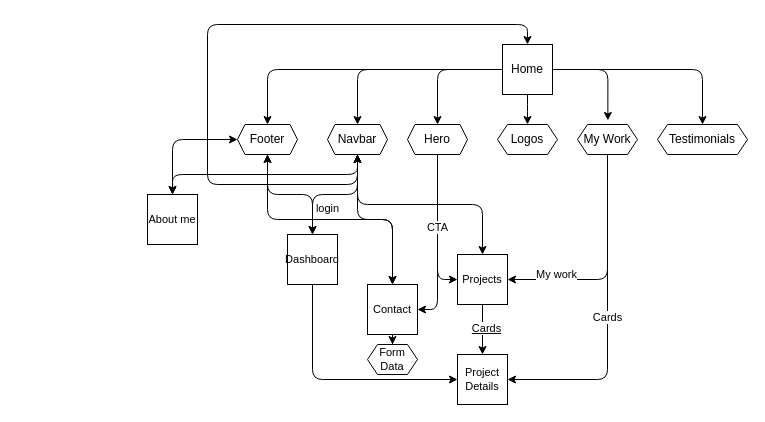
Above: link_flow.drawio in jeermuce-portfolio/docs_portfolio (draw.io), before the change. Source tidied: cells renumbered, new cells numbered last; positions are measured from the earlier drawing's top-left corner, leaving out a move shared by most shapes. Both pictures are drawn from the tidied source at 100%, with x=0, y=0 at pixel (147, 24).
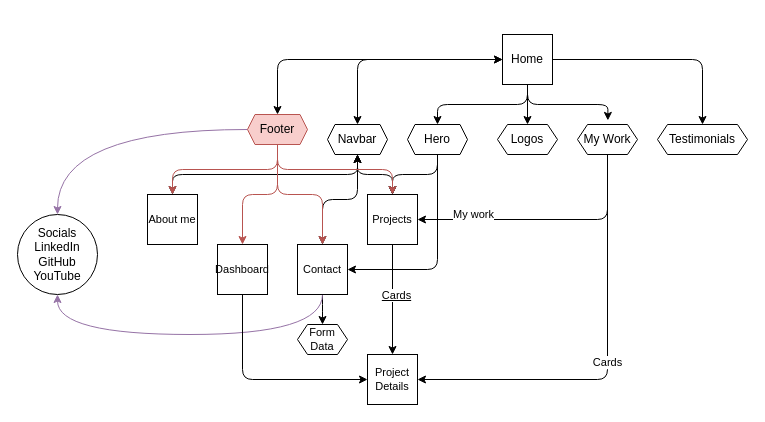
Above is the later version.

Commit message (it also covers changes not shown here):
modified the link_flow for more detail

Unchanged cells that the change refers to:
```xml
<mxCell id="10" value="Hero" style="shape=hexagon;perimeter=hexagonPerimeter2;whiteSpace=wrap;html=1;fixedSize=1;size=7.5;" parent="1" vertex="1">
  <mxGeometry x="260" y="100" width="60" height="30" as="geometry" />
</mxCell>
<mxCell id="14" value="My Work" style="shape=hexagon;perimeter=hexagonPerimeter2;whiteSpace=wrap;html=1;fixedSize=1;size=10;" parent="1" vertex="1">
  <mxGeometry x="430" y="100" width="60" height="30" as="geometry" />
</mxCell>
<mxCell id="22" value="Navbar" style="shape=hexagon;perimeter=hexagonPerimeter2;whiteSpace=wrap;html=1;fixedSize=1;size=7.5;" parent="1" vertex="1">
  <mxGeometry x="180" y="100" width="60" height="30" as="geometry" />
</mxCell>
<mxCell id="23" value="About me" style="whiteSpace=wrap;html=1;fontFamily=Helvetica;fontSize=11;fontColor=default;" parent="1" vertex="1">
  <mxGeometry y="170" width="50" height="50" as="geometry" />
</mxCell>
```

Diff of the diagram source:
```diff
@@
-    <mxCell id="4" style="edgeStyle=orthogonalEdgeStyle;shape=connector;rounded=1;jettySize=auto;html=1;entryX=0.5;entryY=0;entryDx=0;entryDy=0;labelBackgroundColor=default;strokeColor=default;align=center;verticalAlign=middle;fontFamily=Helvetica;fontSize=11;fontColor=default;endArrow=classic;" parent="1" edge="1" source="7" target="10">
+    <mxCell id="4" style="edgeStyle=orthogonalEdgeStyle;shape=connector;rounded=1;jettySize=auto;html=1;entryX=0.5;entryY=0;entryDx=0;entryDy=0;labelBackgroundColor=default;strokeColor=default;align=center;verticalAlign=middle;fontFamily=Helvetica;fontSize=11;fontColor=default;endArrow=classic;exitX=0.5;exitY=1;exitDx=0;exitDy=0;" parent="1" edge="1" source="7" target="10">
       <mxGeometry relative="1" as="geometry" />
     </mxCell>
-    <mxCell id="5" style="edgeStyle=orthogonalEdgeStyle;shape=connector;rounded=1;jettySize=auto;html=1;entryX=0.5;entryY=0;entryDx=0;entryDy=0;labelBackgroundColor=default;strokeColor=default;align=center;verticalAlign=middle;fontFamily=Helvetica;fontSize=11;fontColor=default;endArrow=classic;" parent="1" edge="1" source="7" target="22">
+    <mxCell id="5" style="edgeStyle=orthogonalEdgeStyle;shape=connector;rounded=1;jettySize=auto;html=1;entryX=0.5;entryY=0;entryDx=0;entryDy=0;labelBackgroundColor=default;strokeColor=default;align=center;verticalAlign=middle;fontFamily=Helvetica;fontSize=11;fontColor=default;endArrow=classic;startArrow=classic;startFill=1;" parent="1" edge="1" source="7" target="22">
       <mxGeometry relative="1" as="geometry" />
     </mxCell>
-    <mxCell id="6" style="edgeStyle=orthogonalEdgeStyle;shape=connector;rounded=1;jettySize=auto;html=1;entryX=0.5;entryY=0;entryDx=0;entryDy=0;labelBackgroundColor=default;strokeColor=default;align=center;verticalAlign=middle;fontFamily=Helvetica;fontSize=11;fontColor=default;endArrow=classic;" parent="1" edge="1" source="7" target="35">
+    <mxCell id="6" style="edgeStyle=orthogonalEdgeStyle;shape=connector;rounded=1;jettySize=auto;html=1;entryX=0.5;entryY=0;entryDx=0;entryDy=0;labelBackgroundColor=default;strokeColor=default;align=center;verticalAlign=middle;fontFamily=Helvetica;fontSize=11;fontColor=default;endArrow=classic;startArrow=classic;startFill=1;" parent="1" edge="1" source="7" target="35">
       <mxGeometry relative="1" as="geometry" />
     </mxCell>
     <mxCell id="7" value="Home" style="whiteSpace=wrap;html=1;" parent="1" vertex="1">
-      <mxGeometry x="355" y="20" width="50" height="50" as="geometry" />
+      <mxGeometry x="355" y="10" width="50" height="50" as="geometry" />
     </mxCell>
@@
-    <mxCell id="9" value="CTA" style="edgeStyle=orthogonalEdgeStyle;shape=connector;rounded=1;jettySize=auto;html=1;entryX=0;entryY=0.5;entryDx=0;entryDy=0;labelBackgroundColor=default;strokeColor=default;align=center;verticalAlign=middle;fontFamily=Helvetica;fontSize=11;fontColor=default;endArrow=classic;" parent="1" edge="1" source="10" target="26">
+    <mxCell id="9" style="edgeStyle=orthogonalEdgeStyle;rounded=1;jettySize=auto;html=1;entryX=0.5;entryY=0;entryDx=0;entryDy=0;" parent="1" edge="1" source="10" target="26">
       <mxGeometry relative="1" as="geometry" />
     </mxCell>
@@
-    <mxCell id="16" style="edgeStyle=orthogonalEdgeStyle;rounded=1;jettySize=auto;html=1;entryX=0.506;entryY=-0.136;entryDx=0;entryDy=0;entryPerimeter=0;" parent="1" edge="1" source="7" target="14">
+    <mxCell id="16" style="edgeStyle=orthogonalEdgeStyle;rounded=1;jettySize=auto;html=1;entryX=0.506;entryY=-0.136;entryDx=0;entryDy=0;entryPerimeter=0;exitX=0.5;exitY=1;exitDx=0;exitDy=0;" parent="1" edge="1" source="7" target="14">
       <mxGeometry relative="1" as="geometry" />
     </mxCell>
-    <mxCell id="17" style="edgeStyle=orthogonalEdgeStyle;shape=connector;rounded=1;jettySize=auto;html=1;entryX=0.5;entryY=0;entryDx=0;entryDy=0;labelBackgroundColor=default;strokeColor=default;align=center;verticalAlign=middle;fontFamily=Helvetica;fontSize=11;fontColor=default;endArrow=classic;exitX=0.5;exitY=1;exitDx=0;exitDy=0;" parent="1" edge="1" source="22" target="7">
-      <mxGeometry relative="1" as="geometry">
-        <Array as="points">
-          <mxPoint x="210" y="160" />
-          <mxPoint x="60" y="160" />
-          <mxPoint x="60" />
-        </Array>
-      </mxGeometry>
-    </mxCell>
@@
-    <mxCell id="21" value="login" style="edgeStyle=orthogonalEdgeStyle;shape=connector;rounded=1;jettySize=auto;html=1;labelBackgroundColor=default;strokeColor=default;align=center;verticalAlign=middle;fontFamily=Helvetica;fontSize=11;fontColor=default;endArrow=classic;startArrow=classic;startFill=1;" parent="1" edge="1" source="22" target="30">
-      <mxGeometry x="0.59" y="15" relative="1" as="geometry" />
-    </mxCell>
@@
     <mxCell id="26" value="Projects" style="whiteSpace=wrap;html=1;fontFamily=Helvetica;fontSize=11;fontColor=default;" parent="1" vertex="1">
-      <mxGeometry x="310" y="230" width="50" height="50" as="geometry" />
+      <mxGeometry x="220" y="170" width="50" height="50" as="geometry" />
     </mxCell>
@@
+    <mxCell id="37" style="edgeStyle=orthogonalEdgeStyle;jettySize=auto;html=1;entryX=0.5;entryY=1;entryDx=0;entryDy=0;exitX=0.5;exitY=1;exitDx=0;exitDy=0;fillColor=#e1d5e7;strokeColor=#9673a6;curved=1;" parent="1" edge="1" source="28" target="40">
+      <mxGeometry relative="1" as="geometry">
+        <Array as="points">
+          <mxPoint x="175" y="310" />
+          <mxPoint x="-90" y="310" />
+        </Array>
+      </mxGeometry>
+    </mxCell>
     <mxCell id="28" value="Contact" style="whiteSpace=wrap;html=1;fontFamily=Helvetica;fontSize=11;fontColor=default;" parent="1" vertex="1">
-      <mxGeometry x="220" y="260" width="50" height="50" as="geometry" />
+      <mxGeometry x="150" y="220" width="50" height="50" as="geometry" />
     </mxCell>
@@
     <mxCell id="30" value="Dashboard" style="whiteSpace=wrap;html=1;fontFamily=Helvetica;fontSize=11;fontColor=default;" parent="1" vertex="1">
-      <mxGeometry x="140" y="210" width="50" height="50" as="geometry" />
+      <mxGeometry x="70" y="220" width="50" height="50" as="geometry" />
     </mxCell>
     <mxCell id="31" value="Project Details" style="whiteSpace=wrap;html=1;fontFamily=Helvetica;fontSize=11;fontColor=default;" parent="1" vertex="1">
-      <mxGeometry x="310" y="330" width="50" height="50" as="geometry" />
+      <mxGeometry x="220" y="330" width="50" height="50" as="geometry" />
     </mxCell>
-    <mxCell id="32" style="edgeStyle=orthogonalEdgeStyle;shape=connector;rounded=1;jettySize=auto;html=1;labelBackgroundColor=default;strokeColor=default;align=center;verticalAlign=middle;fontFamily=Helvetica;fontSize=11;fontColor=default;endArrow=classic;startArrow=classic;startFill=1;" parent="1" edge="1" source="35" target="23">
+    <mxCell id="32" style="edgeStyle=orthogonalEdgeStyle;rounded=1;jettySize=auto;html=1;entryX=0.5;entryY=0;entryDx=0;entryDy=0;exitX=0.5;exitY=1;exitDx=0;exitDy=0;fillColor=#f8cecc;strokeColor=#b85450;" parent="1" edge="1" source="35" target="23">
       <mxGeometry relative="1" as="geometry" />
     </mxCell>
-    <mxCell id="33" style="edgeStyle=orthogonalEdgeStyle;shape=connector;rounded=1;jettySize=auto;html=1;entryX=0.5;entryY=0;entryDx=0;entryDy=0;labelBackgroundColor=default;strokeColor=default;align=center;verticalAlign=middle;fontFamily=Helvetica;fontSize=11;fontColor=default;endArrow=classic;startArrow=classic;startFill=1;" parent="1" edge="1" source="35" target="30">
+    <mxCell id="33" style="edgeStyle=orthogonalEdgeStyle;rounded=1;jettySize=auto;html=1;entryX=0.5;entryY=0;entryDx=0;entryDy=0;fillColor=#f8cecc;strokeColor=#b85450;" parent="1" edge="1" source="35" target="30">
       <mxGeometry relative="1" as="geometry" />
     </mxCell>
-    <mxCell id="34" style="edgeStyle=orthogonalEdgeStyle;shape=connector;rounded=1;jettySize=auto;html=1;labelBackgroundColor=default;strokeColor=default;align=center;verticalAlign=middle;fontFamily=Helvetica;fontSize=11;fontColor=default;endArrow=classic;exitX=0.5;exitY=1;exitDx=0;exitDy=0;startArrow=classic;startFill=1;" parent="1" edge="1" source="35" target="28">
+    <mxCell id="34" style="edgeStyle=orthogonalEdgeStyle;rounded=1;jettySize=auto;html=1;entryX=0.5;entryY=0;entryDx=0;entryDy=0;fillColor=#f8cecc;strokeColor=#b85450;" parent="1" edge="1" source="35" target="28">
       <mxGeometry relative="1" as="geometry" />
     </mxCell>
+    <mxCell id="38" style="edgeStyle=orthogonalEdgeStyle;rounded=1;jettySize=auto;html=1;entryX=0.5;entryY=0;entryDx=0;entryDy=0;exitX=0.5;exitY=1;exitDx=0;exitDy=0;fillColor=#f8cecc;strokeColor=#b85450;" parent="1" edge="1" source="35" target="26">
+      <mxGeometry relative="1" as="geometry" />
+    </mxCell>
+    <mxCell id="39" style="edgeStyle=orthogonalEdgeStyle;jettySize=auto;html=1;curved=1;fillColor=#e1d5e7;strokeColor=#9673a6;" parent="1" edge="1" source="35" target="40">
+      <mxGeometry relative="1" as="geometry" />
+    </mxCell>
-    <mxCell id="35" value="Footer" style="shape=hexagon;perimeter=hexagonPerimeter2;whiteSpace=wrap;html=1;fixedSize=1;size=7.5;" parent="1" vertex="1">
-      <mxGeometry x="90" y="100" width="60" height="30" as="geometry" />
+    <mxCell id="35" value="Footer" style="shape=hexagon;perimeter=hexagonPerimeter2;whiteSpace=wrap;html=1;fixedSize=1;size=7.5;fillColor=#f8cecc;strokeColor=#b85450;" parent="1" vertex="1">
+      <mxGeometry x="100" y="90" width="60" height="30" as="geometry" />
     </mxCell>
     <mxCell id="36" value="&lt;div&gt;Form&lt;/div&gt;&lt;div&gt;Data&lt;br&gt; &lt;/div&gt;" style="shape=hexagon;perimeter=hexagonPerimeter2;whiteSpace=wrap;html=1;fixedSize=1;fontFamily=Helvetica;fontSize=11;fontColor=default;size=10;" parent="1" vertex="1">
-      <mxGeometry x="220" y="320" width="50" height="30" as="geometry" />
+      <mxGeometry x="150" y="300" width="50" height="30" as="geometry" />
     </mxCell>
+    <mxCell id="40" value="&lt;div&gt;Socials&lt;/div&gt;&lt;div&gt;LinkedIn&lt;/div&gt;&lt;div&gt;GitHub&lt;/div&gt;&lt;div&gt;YouTube&lt;br&gt;&lt;/div&gt;" style="ellipse;whiteSpace=wrap;html=1;" parent="1" vertex="1">
+      <mxGeometry x="-130" y="190" width="80" height="80" as="geometry" />
+    </mxCell>
```
